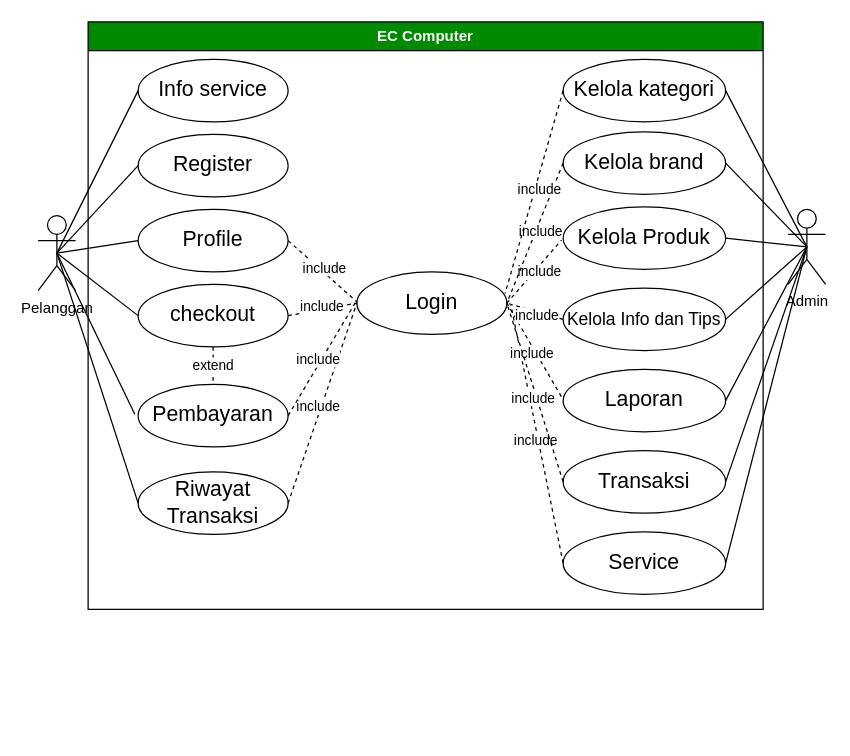
ThikerXCX/umltoko keeps this draw.io diagram as page "use case update" (10 of 40) of skrpsian.drawio. Above is the earlier version. Source tidied: cells renumbered, new cells numbered last; positions are measured from the earlier drawing's top-left corner, leaving out a move shared by most shapes. Both pictures are drawn from the tidied source at 125%, with x=0, y=0 at pixel (38, 21).
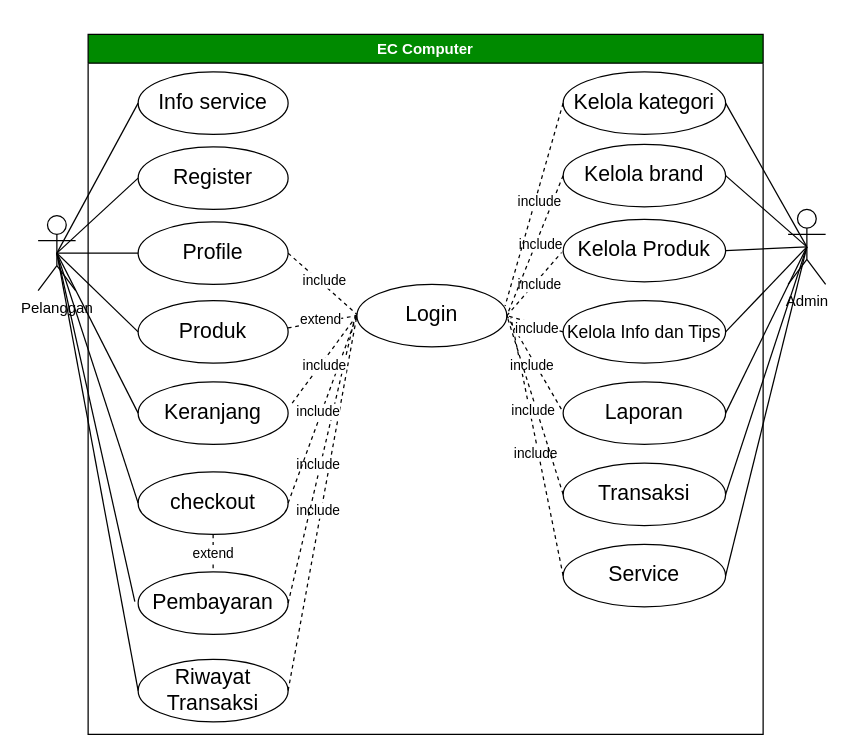
The same page after the edit.

The change refers to these unchanged cells:
```xml
<mxCell id="22" value="&lt;font style=&quot;font-size: 17px;&quot;&gt;Login&lt;/font&gt;" style="ellipse;whiteSpace=wrap;html=1;fillColor=none;" parent="2" vertex="1">
  <mxGeometry x="215" y="200" width="120" height="50" as="geometry" />
</mxCell>
<mxCell id="42" value="Pelanggan" style="shape=umlActor;verticalLabelPosition=bottom;verticalAlign=top;html=1;outlineConnect=0;" parent="1" vertex="1">
  <mxGeometry y="155" width="30" height="60" as="geometry" />
</mxCell>
```

Diff of the diagram source:
```diff
@@
     <mxCell id="2" value="EC Computer" style="swimlane;whiteSpace=wrap;html=1;fillColor=#008a00;fontColor=#ffffff;strokeColor=#000000;" parent="1" vertex="1">
-      <mxGeometry x="40" width="540" height="470" as="geometry" />
+      <mxGeometry x="40" y="10" width="540" height="560" as="geometry" />
     </mxCell>
@@
     <mxCell id="15" value="&lt;font style=&quot;font-size: 17px;&quot;&gt;checkout&lt;/font&gt;" style="ellipse;whiteSpace=wrap;html=1;fillColor=none;" parent="2" vertex="1">
-      <mxGeometry x="40" y="210" width="120" height="50" as="geometry" />
+      <mxGeometry x="40" y="350" width="120" height="50" as="geometry" />
     </mxCell>
     <mxCell id="16" value="&lt;font style=&quot;font-size: 17px;&quot;&gt;Pembayaran&lt;/font&gt;" style="ellipse;whiteSpace=wrap;html=1;fillColor=none;" parent="2" vertex="1">
-      <mxGeometry x="40" y="290" width="120" height="50" as="geometry" />
+      <mxGeometry x="40" y="430" width="120" height="50" as="geometry" />
     </mxCell>
@@
     <mxCell id="25" value="&lt;font style=&quot;font-size: 17px;&quot;&gt;Riwayat Transaksi&lt;/font&gt;" style="ellipse;whiteSpace=wrap;html=1;fillColor=none;" parent="2" vertex="1">
-      <mxGeometry x="40" y="360" width="120" height="50" as="geometry" />
+      <mxGeometry x="40" y="500" width="120" height="50" as="geometry" />
     </mxCell>
@@
+    <mxCell id="56" value="&lt;font style=&quot;font-size: 17px;&quot;&gt;Keranjang&lt;/font&gt;" style="ellipse;whiteSpace=wrap;html=1;fillColor=none;" parent="2" vertex="1">
+      <mxGeometry x="40" y="278" width="120" height="50" as="geometry" />
+    </mxCell>
+    <mxCell id="57" value="&lt;span style=&quot;font-size: 17px;&quot;&gt;Produk&lt;/span&gt;" style="ellipse;whiteSpace=wrap;html=1;fillColor=none;" parent="2" vertex="1">
+      <mxGeometry x="40" y="213" width="120" height="50" as="geometry" />
+    </mxCell>
+    <mxCell id="58" style="rounded=0;jettySize=auto;html=1;entryX=1.013;entryY=0.384;entryDx=0;entryDy=0;entryPerimeter=0;dashed=1;endArrow=none;endFill=0;exitX=0;exitY=0.5;exitDx=0;exitDy=0;" parent="2" edge="1" source="22" target="56">
+      <mxGeometry relative="1" as="geometry" />
+    </mxCell>
+    <mxCell id="59" value="include" style="edgeLabel;html=1;align=center;verticalAlign=middle;" parent="58" vertex="1">
+      <mxGeometry x="0.06" y="2" relative="1" as="geometry" />
+    </mxCell>
+    <mxCell id="60" style="rounded=0;jettySize=auto;html=1;dashed=1;endArrow=none;endFill=0;exitX=0.998;exitY=0.437;exitDx=0;exitDy=0;entryX=0;entryY=0.5;entryDx=0;entryDy=0;exitPerimeter=0;" parent="2" edge="1" source="57" target="22">
+      <mxGeometry relative="1" as="geometry" />
+    </mxCell>
+    <mxCell id="61" value="extend" style="edgeLabel;html=1;align=center;verticalAlign=middle;" parent="60" vertex="1">
+      <mxGeometry x="-0.04" y="3" relative="1" as="geometry" />
+    </mxCell>
@@
+    <mxCell id="62" style="rounded=0;jettySize=auto;html=1;entryX=0;entryY=0.5;entryDx=0;entryDy=0;endArrow=none;endFill=0;exitX=0.5;exitY=0.5;exitDx=0;exitDy=0;exitPerimeter=0;" parent="1" edge="1" source="42" target="56">
+      <mxGeometry relative="1" as="geometry" />
+    </mxCell>
+    <mxCell id="63" style="rounded=0;jettySize=auto;html=1;entryX=0;entryY=0.5;entryDx=0;entryDy=0;endArrow=none;endFill=0;exitX=0.5;exitY=0.5;exitDx=0;exitDy=0;exitPerimeter=0;" parent="1" edge="1" source="42" target="57">
+      <mxGeometry relative="1" as="geometry" />
+    </mxCell>
```
